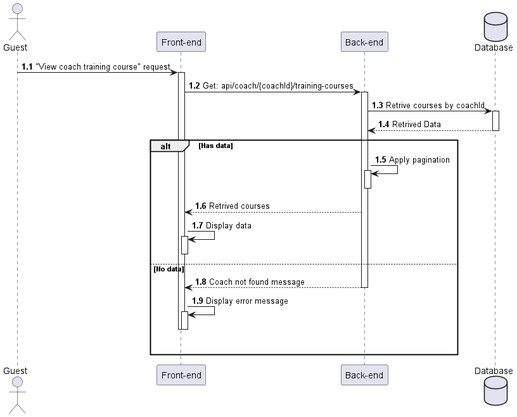
This is out/Sequences_diagrams/ViewTrainingCourse/ViewTrainingCourseOfCoach.png from HTPhong-276/iCoaching-Diagrams, a PlantUML export, as it was before one commit. Source of this version:
```plantuml
@startuml ViewTrainingCourseOfCoach

actor Guest as user
participant "Front-end" as client
participant "Back-end" as server
database "Database" as db

autonumber 1.1 "<b>0:"

user -> client++ : "View coach training course" request
client -> server++ : Get: api/coach/{coachId}/training-courses
server -> db++ : Retrive courses by coachId
db --> server : Retrived Data
deactivate

alt Has data
    server -> server++ : Apply pagination
    deactivate
    server --> client : Retrived courses
    client -> client++ : Display data
    deactivate

else No data
    server --> client : Coach not found message
    deactivate
    client -> client++ : Display error message
    deactivate
    deactivate
    |||
end
@enduml
```
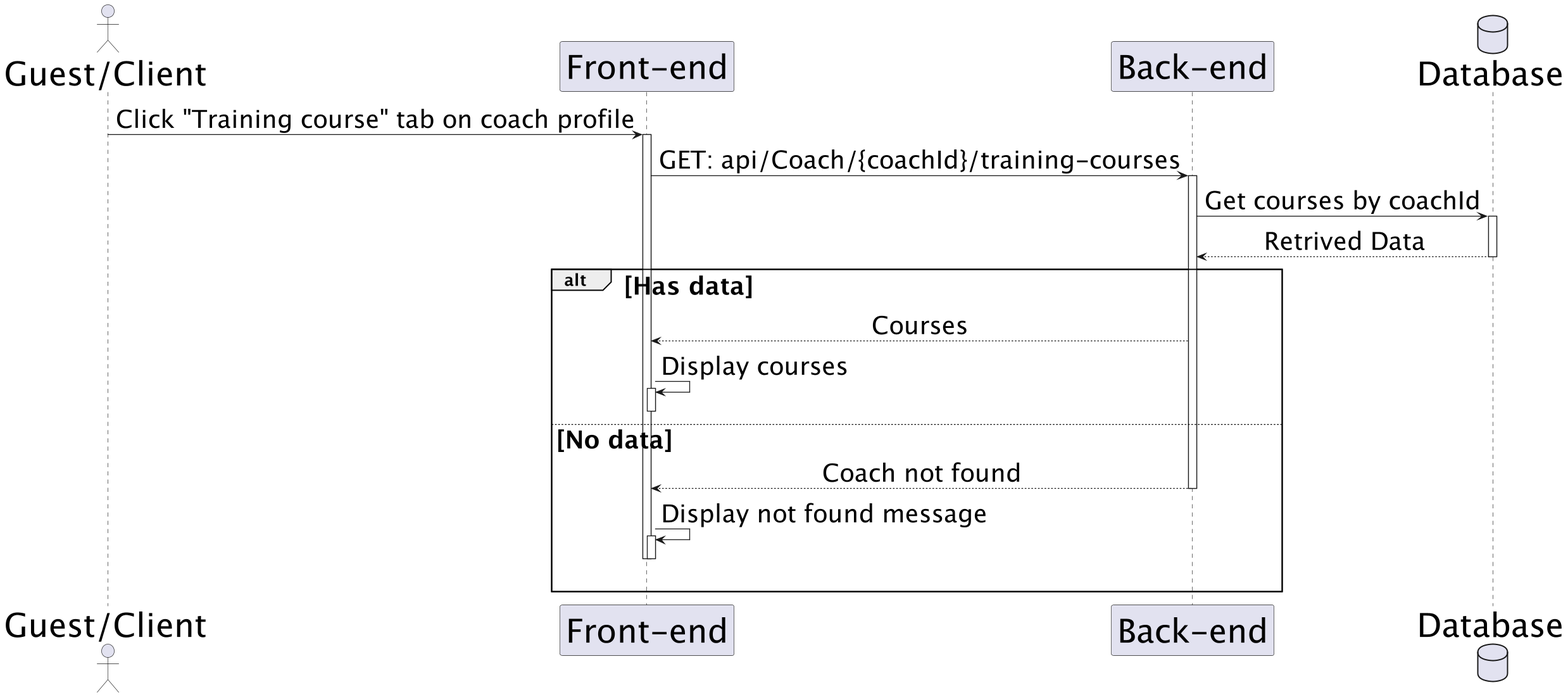
After the change.

Change to the diagram source:
```diff
@@ -1,29 +1,34 @@
 @startuml ViewTrainingCourseOfCoach
-
-actor Guest as user
+skinparam dpi 125
+skinparam sequenceMessageAlign center
+skinparam sequenceGroupFontSize 30
+skinparam sequenceGroupHeaderFontSize 20
+skinparam DatabaseFontSize 40
+skinparam sequence {
+    ParticipantFontSize 40
+    ActorFontSize 40
+    ArrowFontSize 30
+}
+actor "Guest/Client" as user
 participant "Front-end" as client
 participant "Back-end" as server
 database "Database" as db
 
-autonumber 1.1 "<b>0:"
-
-user -> client++ : "View coach training course" request
-client -> server++ : Get: api/coach/{coachId}/training-courses
-server -> db++ : Retrive courses by coachId
+user -> client++ : Click "Training course" tab on coach profile
+client -> server++ : GET: api/Coach/{coachId}/training-courses
+server -> db++ : Get courses by coachId
 db --> server : Retrived Data
 deactivate
 
 alt Has data
-    server -> server++ : Apply pagination
-    deactivate
-    server --> client : Retrived courses
-    client -> client++ : Display data
+    server --> client : Courses
+    client -> client++ : Display courses
     deactivate
 
 else No data
-    server --> client : Coach not found message
+    server --> client : Coach not found
     deactivate
-    client -> client++ : Display error message
+    client -> client++ : Display not found message
     deactivate
     deactivate
     |||
```
